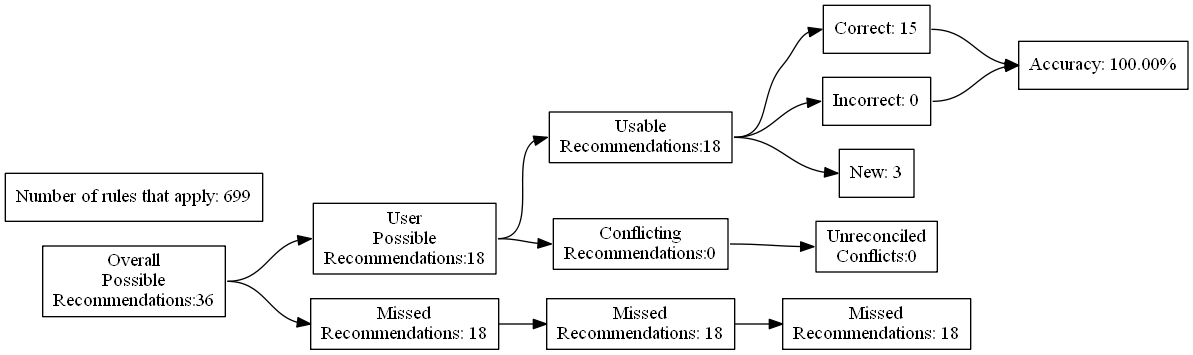
The Graphviz diagram test_renders/109.gv.png in ZaxR/ibd_diet_analysis, before a commit. Its source is kept beside it as test_renders/109.gv. The source it was exported from:
```dot
digraph {
	graph [rankdir=LR]
	node [pos=r shape=box]
	edge [headport=w tailport=e]
		A [label="Overall
Possible
Recommendations:36"]
		B [label="User
Possible
Recommendations:18"]
		C [label="Missed
Recommendations: 18"]
		D [label="Usable
Recommendations:18"]
		E [label="Conflicting
Recommendations:0"]
		J [label="Missed
Recommendations: 18"]
		M [label="Unreconciled
Conflicts:0"]
		F [label="Correct: 15"]
		G [label="Incorrect: 0"]
		H [label="New: 3"]
		K [label="Missed
Recommendations: 18"]
		I [label="Accuracy: 100.00%"]
		l [label="Number of rules that apply: 699"]
			A -> B
			A -> C
			B -> D
			B -> E
			D -> F
			D -> G
			D -> H
			F -> I
			G -> I
			C -> J
			J -> K
			E -> M
}
```
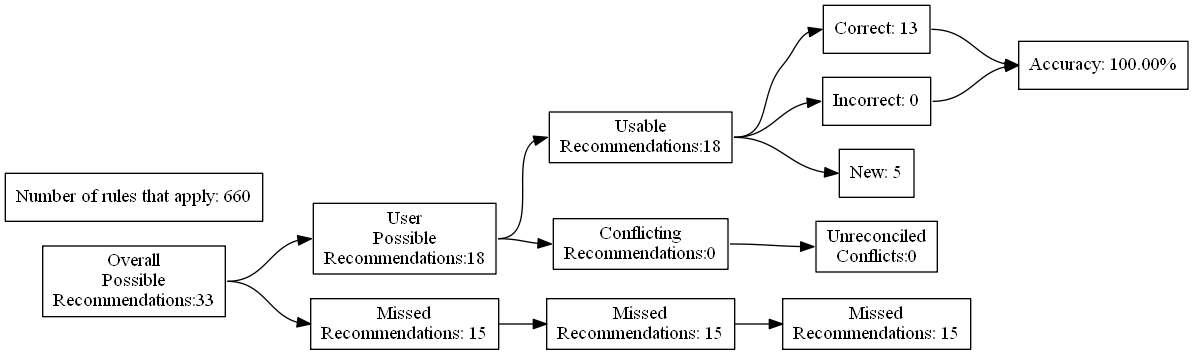
Above is the later version.

Diff of the diagram source:
```diff
@@ -4,27 +4,27 @@
 	edge [headport=w tailport=e]
 		A [label="Overall
 Possible
-Recommendations:36"]
+Recommendations:33"]
 		B [label="User
 Possible
 Recommendations:18"]
 		C [label="Missed
-Recommendations: 18"]
+Recommendations: 15"]
 		D [label="Usable
 Recommendations:18"]
 		E [label="Conflicting
 Recommendations:0"]
 		J [label="Missed
-Recommendations: 18"]
+Recommendations: 15"]
 		M [label="Unreconciled
 Conflicts:0"]
-		F [label="Correct: 15"]
+		F [label="Correct: 13"]
 		G [label="Incorrect: 0"]
-		H [label="New: 3"]
+		H [label="New: 5"]
 		K [label="Missed
-Recommendations: 18"]
+Recommendations: 15"]
 		I [label="Accuracy: 100.00%"]
-		l [label="Number of rules that apply: 699"]
+		l [label="Number of rules that apply: 660"]
 			A -> B
 			A -> C
 			B -> D
```
